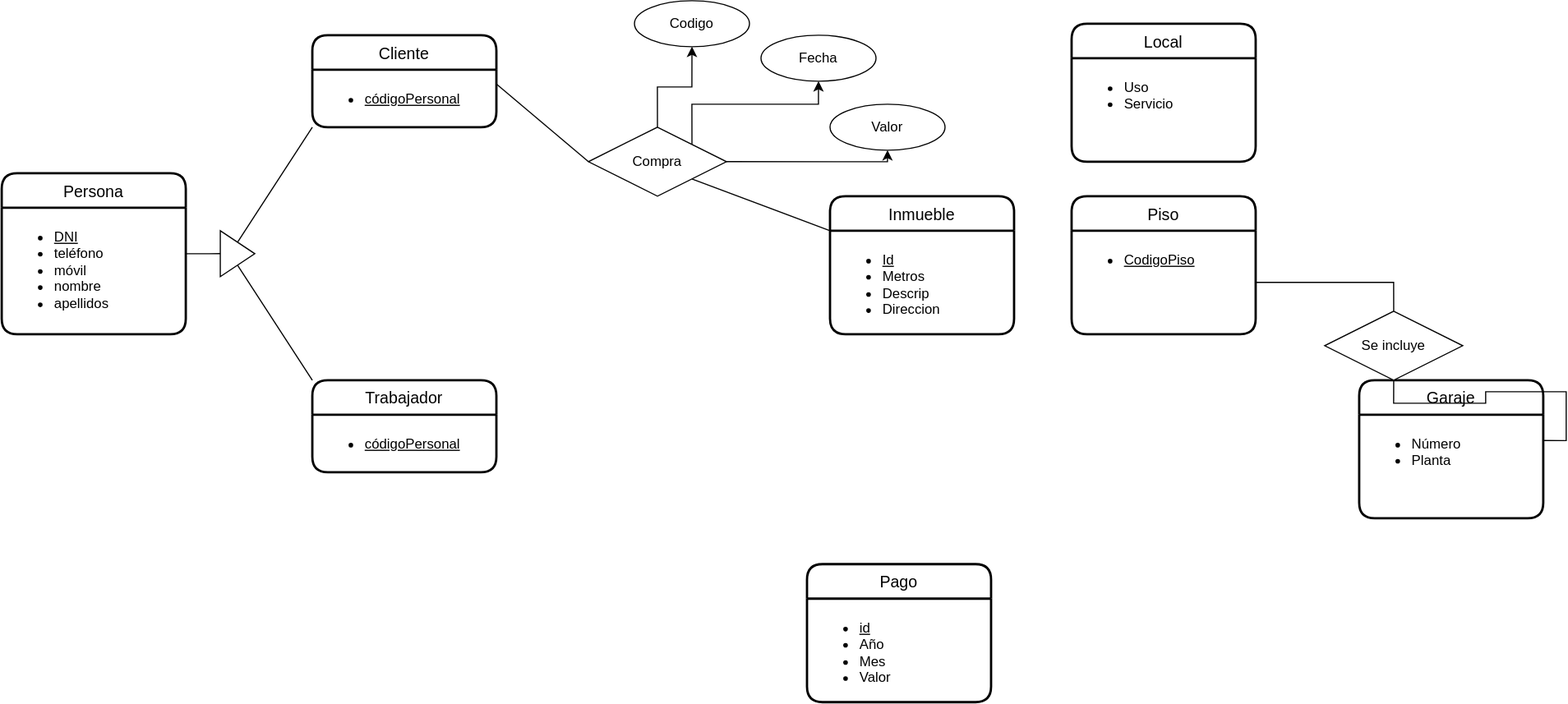
Before: UD12-18.svg, a diagram exported from draw.io (Jimxx22/C3-UD11-UML). Source tidied: cells renumbered, new cells last; positions are measured from the earlier drawing's top-left corner, leaving out a move shared by most shapes.
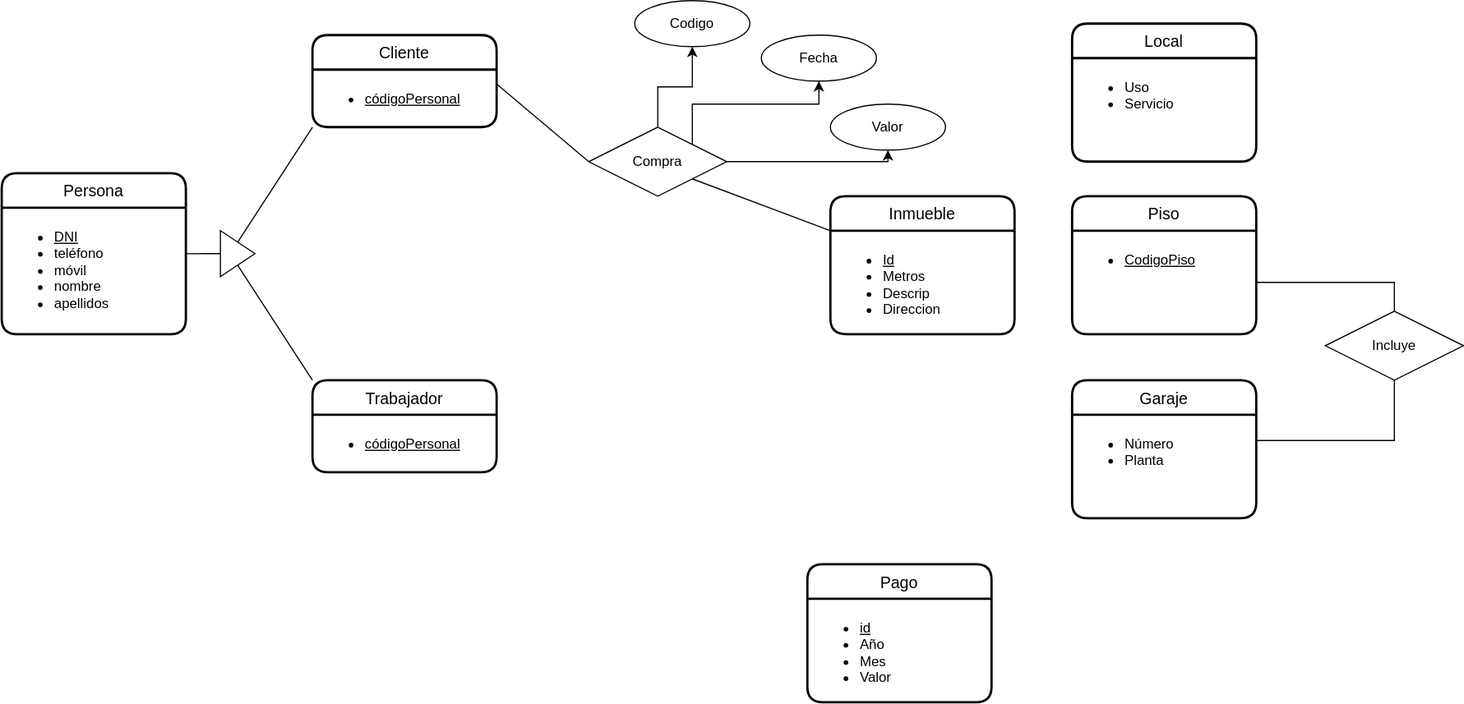
Later version of the same file.

Diff of the diagram source:
```diff
@@ -98,7 +98,7 @@
     <mxCell id="30" value="Valor" style="ellipse;whiteSpace=wrap;html=1;align=center;" parent="1" vertex="1">
       <mxGeometry x="720" y="90" width="100" height="40" as="geometry" />
     </mxCell>
-    <mxCell id="31" value="Se incluye" style="shape=rhombus;perimeter=rhombusPerimeter;whiteSpace=wrap;html=1;align=center;" parent="1" vertex="1">
+    <mxCell id="31" value="Incluye" style="shape=rhombus;perimeter=rhombusPerimeter;whiteSpace=wrap;html=1;align=center;" parent="1" vertex="1">
       <mxGeometry x="1150" y="270" width="120" height="60" as="geometry" />
     </mxCell>
     <mxCell id="32" style="endArrow=none;html=1;rounded=0;exitX=1;exitY=0.25;exitDx=0;exitDy=0;entryX=0;entryY=0.5;entryDx=0;entryDy=0;" parent="1" edge="1" source="7" target="24">
```
